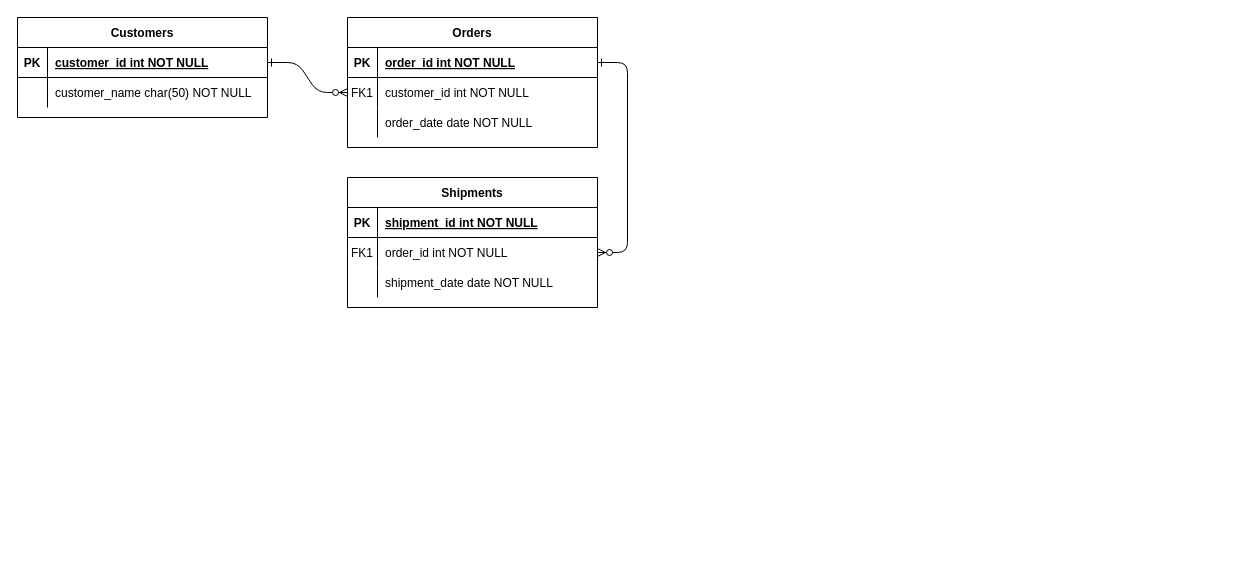
This is 未命名绘图.drawio from maomao517/database_ER, a draw.io file, before an edit. Source tidied: cells renumbered, new cells numbered last; positions are measured from the earlier drawing's top-left corner, leaving out a move shared by most shapes. Both pictures are drawn from the tidied source at 100%, with x=0, y=0 at pixel (17, 17).
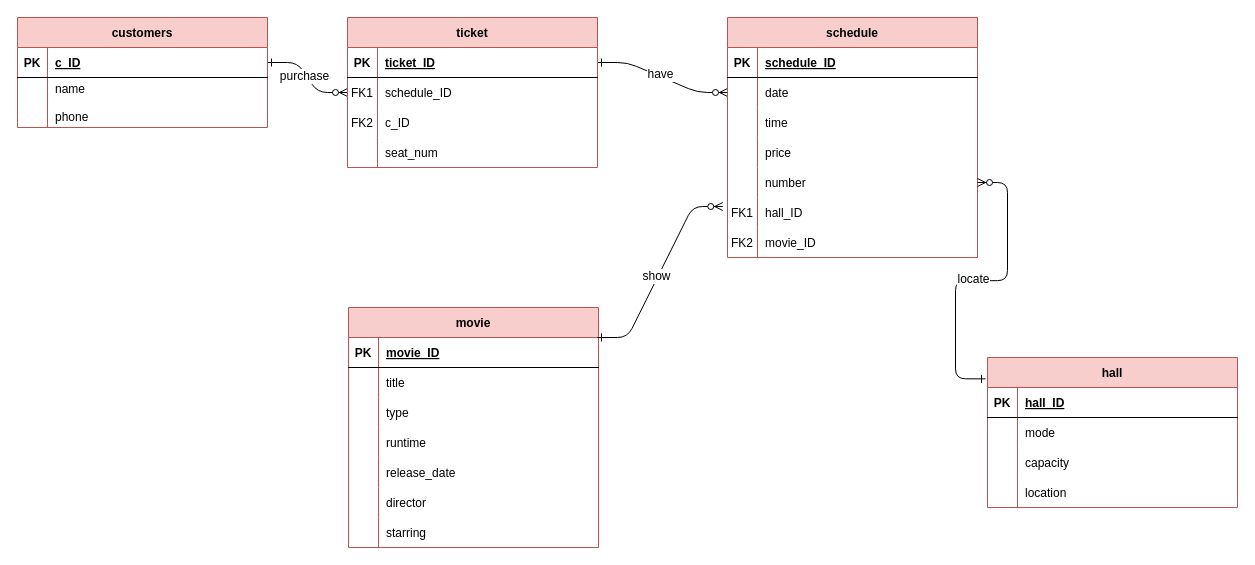
After the change.

Unchanged cells that the change refers to:
```xml
<mxCell id="2" style="edgeStyle=entityRelationEdgeStyle;endArrow=ERzeroToMany;startArrow=ERone;endFill=1;startFill=0;" parent="1" edge="1" source="25" target="8">
  <mxGeometry relative="1" as="geometry" />
</mxCell>
<mxCell id="3" style="edgeStyle=entityRelationEdgeStyle;endArrow=ERzeroToMany;startArrow=ERone;endFill=1;startFill=0;" parent="1" edge="1" source="5" target="18">
  <mxGeometry relative="1" as="geometry" />
</mxCell>
<mxCell id="5" style="shape=partialRectangle;fillColor=none;points=[[0,0.5],[1,0.5]];portConstraint=eastwest;top=0;left=0;right=0;bottom=1;" parent="4" vertex="1">
  <mxGeometry y="30" width="250" height="30" as="geometry" />
</mxCell>
<mxCell id="8" style="shape=partialRectangle;fillColor=none;points=[[0,0.5],[1,0.5]];portConstraint=eastwest;top=0;left=0;right=0;bottom=0;" parent="4" vertex="1">
  <mxGeometry y="60" width="250" height="30" as="geometry" />
</mxCell>
<mxCell id="15" style="shape=partialRectangle;fillColor=none;top=0;left=0;right=0;bottom=1;" parent="14" vertex="1">
  <mxGeometry y="30" width="250" height="30" as="geometry" />
</mxCell>
<mxCell id="18" style="shape=partialRectangle;fillColor=none;points=[[0,0.5],[1,0.5]];portConstraint=eastwest;top=0;left=0;right=0;bottom=0;" parent="14" vertex="1">
  <mxGeometry y="60" width="250" height="30" as="geometry" />
</mxCell>
<mxCell id="21" style="shape=partialRectangle;fillColor=none;top=0;left=0;right=0;bottom=0;" parent="14" vertex="1">
  <mxGeometry y="90" width="250" height="30" as="geometry" />
</mxCell>
<mxCell id="25" style="shape=partialRectangle;fillColor=none;points=[[0,0.5],[1,0.5]];portConstraint=eastwest;top=0;left=0;right=0;bottom=1;" parent="24" vertex="1">
  <mxGeometry y="30" width="250" height="30" as="geometry" />
</mxCell>
```

Change to the diagram source:
```diff
@@
+    <mxCell id="31" value="purchase" style="edgeLabel;html=1;align=center;verticalAlign=middle;fontSize=12;fontFamily=Helvetica;fontColor=default;" parent="2" vertex="1">
+      <mxGeometry x="-0.06" y="-2" relative="1" as="geometry" />
+    </mxCell>
@@
+    <mxCell id="32" value="have" style="edgeLabel;html=1;align=center;verticalAlign=middle;fontSize=12;fontFamily=Helvetica;fontColor=default;" parent="3" vertex="1">
+      <mxGeometry x="-0.05" y="2" relative="1" as="geometry" />
+    </mxCell>
-    <mxCell id="4" value="Orders" style="shape=table;startSize=30;childLayout=tableLayout;rowLines=0;fontStyle=1;align=center;" parent="1" vertex="1">
-      <mxGeometry x="330" width="250" height="130" as="geometry" />
+    <mxCell id="4" value="ticket" style="shape=table;startSize=30;childLayout=tableLayout;rowLines=0;fontStyle=1;align=center;fillColor=#f8cecc;strokeColor=#b85450;" parent="1" vertex="1">
+      <mxGeometry x="330" width="250" height="150" as="geometry" />
     </mxCell>
@@
-    <mxCell id="7" value="order_id int NOT NULL " style="shape=partialRectangle;overflow=hidden;fillColor=none;top=0;left=0;bottom=0;right=0;align=left;spacingLeft=6;fontStyle=5;" parent="5" vertex="1">
+    <mxCell id="7" value="ticket_ID" style="shape=partialRectangle;overflow=hidden;fillColor=none;top=0;left=0;bottom=0;right=0;align=left;spacingLeft=6;fontStyle=5;" parent="5" vertex="1">
       <mxGeometry x="30" width="220" height="30" as="geometry" />
     </mxCell>
@@
-    <mxCell id="10" value="customer_id int NOT NULL" style="shape=partialRectangle;overflow=hidden;fillColor=none;top=0;left=0;bottom=0;right=0;align=left;spacingLeft=6;" parent="8" vertex="1">
+    <mxCell id="10" value="schedule_ID" style="shape=partialRectangle;overflow=hidden;fillColor=none;top=0;left=0;bottom=0;right=0;align=left;spacingLeft=6;" parent="8" vertex="1">
       <mxGeometry x="30" width="220" height="30" as="geometry" />
     </mxCell>
+    <mxCell id="33" style="shape=partialRectangle;fillColor=none;top=0;left=0;right=0;bottom=0;" parent="4" vertex="1">
+      <mxGeometry y="90" width="250" height="30" as="geometry" />
+    </mxCell>
+    <mxCell id="34" value="FK2" style="shape=partialRectangle;overflow=hidden;fillColor=none;top=0;left=0;bottom=0;right=0;" parent="33" vertex="1">
+      <mxGeometry width="30" height="30" as="geometry" />
+    </mxCell>
+    <mxCell id="35" value="c_ID" style="shape=partialRectangle;overflow=hidden;fillColor=none;top=0;left=0;bottom=0;right=0;align=left;spacingLeft=6;" parent="33" vertex="1">
+      <mxGeometry x="30" width="220" height="30" as="geometry" />
+    </mxCell>
     <mxCell id="11" style="shape=partialRectangle;fillColor=none;top=0;left=0;right=0;bottom=0;" parent="4" vertex="1">
-      <mxGeometry y="90" width="250" height="30" as="geometry" />
+      <mxGeometry y="120" width="250" height="30" as="geometry" />
     </mxCell>
@@
-    <mxCell id="13" value="order_date date NOT NULL" style="shape=partialRectangle;overflow=hidden;fillColor=none;top=0;left=0;bottom=0;right=0;align=left;spacingLeft=6;" parent="11" vertex="1">
+    <mxCell id="13" value="seat_num" style="shape=partialRectangle;overflow=hidden;fillColor=none;top=0;left=0;bottom=0;right=0;align=left;spacingLeft=6;" parent="11" vertex="1">
       <mxGeometry x="30" width="220" height="30" as="geometry" />
     </mxCell>
-    <mxCell id="14" value="Shipments" style="shape=table;startSize=30;childLayout=tableLayout;rowLines=0;fontStyle=1;align=center;" parent="1" vertex="1">
-      <mxGeometry x="330" y="160" width="250" height="130" as="geometry" />
+    <mxCell id="14" value="schedule" style="shape=table;startSize=30;childLayout=tableLayout;rowLines=0;fontStyle=1;align=center;fillColor=#f8cecc;strokeColor=#b85450;" parent="1" vertex="1">
+      <mxGeometry x="710" width="250" height="240" as="geometry" />
     </mxCell>
@@
-    <mxCell id="17" value="shipment_id int NOT NULL " style="shape=partialRectangle;overflow=hidden;fillColor=none;top=0;left=0;bottom=0;right=0;align=left;spacingLeft=6;fontStyle=5;" parent="15" vertex="1">
+    <mxCell id="17" value="schedule_ID" style="shape=partialRectangle;overflow=hidden;fillColor=none;top=0;left=0;bottom=0;right=0;align=left;spacingLeft=6;fontStyle=5;" parent="15" vertex="1">
       <mxGeometry x="30" width="220" height="30" as="geometry" />
     </mxCell>
@@
-    <mxCell id="19" value="FK1" style="shape=partialRectangle;overflow=hidden;fillColor=none;top=0;left=0;bottom=0;right=0;" parent="18" vertex="1">
+    <mxCell id="19" style="shape=partialRectangle;overflow=hidden;fillColor=none;top=0;left=0;bottom=0;right=0;" parent="18" vertex="1">
       <mxGeometry width="30" height="30" as="geometry" />
     </mxCell>
-    <mxCell id="20" value="order_id int NOT NULL" style="shape=partialRectangle;overflow=hidden;fillColor=none;top=0;left=0;bottom=0;right=0;align=left;spacingLeft=6;" parent="18" vertex="1">
+    <mxCell id="20" value="date" style="shape=partialRectangle;overflow=hidden;fillColor=none;top=0;left=0;bottom=0;right=0;align=left;spacingLeft=6;" parent="18" vertex="1">
       <mxGeometry x="30" width="220" height="30" as="geometry" />
     </mxCell>
@@
-    <mxCell id="23" value="shipment_date date NOT NULL" style="shape=partialRectangle;overflow=hidden;fillColor=none;top=0;left=0;bottom=0;right=0;align=left;spacingLeft=6;" parent="21" vertex="1">
+    <mxCell id="23" value="time" style="shape=partialRectangle;overflow=hidden;fillColor=none;top=0;left=0;bottom=0;right=0;align=left;spacingLeft=6;" parent="21" vertex="1">
       <mxGeometry x="30" width="220" height="30" as="geometry" />
     </mxCell>
+    <mxCell id="36" style="shape=partialRectangle;fillColor=none;top=0;left=0;right=0;bottom=0;" parent="14" vertex="1">
+      <mxGeometry y="120" width="250" height="30" as="geometry" />
+    </mxCell>
+    <mxCell id="37" style="shape=partialRectangle;overflow=hidden;fillColor=none;top=0;left=0;bottom=0;right=0;" parent="36" vertex="1">
+      <mxGeometry width="30" height="30" as="geometry" />
+    </mxCell>
+    <mxCell id="38" value="price" style="shape=partialRectangle;overflow=hidden;fillColor=none;top=0;left=0;bottom=0;right=0;align=left;spacingLeft=6;" parent="36" vertex="1">
+      <mxGeometry x="30" width="220" height="30" as="geometry" />
+    </mxCell>
+    <mxCell id="39" style="shape=partialRectangle;fillColor=none;points=[[0,0.5],[1,0.5]];portConstraint=eastwest;top=0;left=0;right=0;bottom=0;" parent="14" vertex="1">
+      <mxGeometry y="150" width="250" height="30" as="geometry" />
+    </mxCell>
+    <mxCell id="40" style="shape=partialRectangle;overflow=hidden;fillColor=none;top=0;left=0;bottom=0;right=0;" parent="39" vertex="1">
+      <mxGeometry width="30" height="30" as="geometry" />
+    </mxCell>
+    <mxCell id="41" value="number" style="shape=partialRectangle;overflow=hidden;fillColor=none;top=0;left=0;bottom=0;right=0;align=left;spacingLeft=6;" parent="39" vertex="1">
+      <mxGeometry x="30" width="220" height="30" as="geometry" />
+    </mxCell>
+    <mxCell id="42" style="shape=partialRectangle;fillColor=none;points=[[0,0.5],[1,0.5]];portConstraint=eastwest;top=0;left=0;right=0;bottom=0;" parent="14" vertex="1">
+      <mxGeometry y="180" width="250" height="30" as="geometry" />
+    </mxCell>
+    <mxCell id="43" value="FK1" style="shape=partialRectangle;overflow=hidden;fillColor=none;top=0;left=0;bottom=0;right=0;" parent="42" vertex="1">
+      <mxGeometry width="30" height="30" as="geometry" />
+    </mxCell>
+    <mxCell id="44" value="hall_ID" style="shape=partialRectangle;overflow=hidden;fillColor=none;top=0;left=0;bottom=0;right=0;align=left;spacingLeft=6;" parent="42" vertex="1">
+      <mxGeometry x="30" width="220" height="30" as="geometry" />
+    </mxCell>
+    <mxCell id="45" style="shape=partialRectangle;fillColor=none;top=0;left=0;right=0;bottom=0;" parent="14" vertex="1">
+      <mxGeometry y="210" width="250" height="30" as="geometry" />
+    </mxCell>
+    <mxCell id="46" value="FK2" style="shape=partialRectangle;overflow=hidden;fillColor=none;top=0;left=0;bottom=0;right=0;" parent="45" vertex="1">
+      <mxGeometry width="30" height="30" as="geometry" />
+    </mxCell>
+    <mxCell id="47" value="movie_ID" style="shape=partialRectangle;overflow=hidden;fillColor=none;top=0;left=0;bottom=0;right=0;align=left;spacingLeft=6;" parent="45" vertex="1">
+      <mxGeometry x="30" width="220" height="30" as="geometry" />
+    </mxCell>
-    <mxCell id="24" value="Customers" style="shape=table;startSize=30;childLayout=tableLayout;rowLines=0;fontStyle=1;align=center;" parent="1" vertex="1">
-      <mxGeometry width="250" height="100" as="geometry" />
+    <mxCell id="24" value="customers" style="shape=table;startSize=30;childLayout=tableLayout;rowLines=0;fontStyle=1;align=center;fillColor=#f8cecc;strokeColor=#b85450;" parent="1" vertex="1">
+      <mxGeometry width="250" height="110" as="geometry" />
     </mxCell>
@@
-    <mxCell id="27" value="customer_id int NOT NULL " style="shape=partialRectangle;overflow=hidden;fillColor=none;top=0;left=0;bottom=0;right=0;align=left;spacingLeft=6;fontStyle=5;" parent="25" vertex="1">
+    <mxCell id="27" value="c_ID" style="shape=partialRectangle;overflow=hidden;fillColor=none;top=0;left=0;bottom=0;right=0;align=left;spacingLeft=6;fontStyle=5;" parent="25" vertex="1">
       <mxGeometry x="30" width="220" height="30" as="geometry" />
     </mxCell>
     <mxCell id="28" style="shape=partialRectangle;fillColor=none;top=0;left=0;right=0;bottom=0;" parent="24" vertex="1">
-      <mxGeometry y="60" width="250" height="30" as="geometry" />
+      <mxGeometry y="60" width="250" height="50" as="geometry" />
     </mxCell>
     <mxCell id="29" style="shape=partialRectangle;overflow=hidden;fillColor=none;top=0;left=0;bottom=0;right=0;" parent="28" vertex="1">
-      <mxGeometry width="30" height="30" as="geometry" />
+      <mxGeometry width="30" height="50" as="geometry" />
     </mxCell>
-    <mxCell id="30" value="customer_name char(50) NOT NULL" style="shape=partialRectangle;overflow=hidden;fillColor=none;top=0;left=0;bottom=0;right=0;align=left;spacingLeft=6;" parent="28" vertex="1">
-      <mxGeometry x="30" width="220" height="30" as="geometry" />
+    <mxCell id="30" value="name&#10;&#10;phone" style="shape=partialRectangle;overflow=hidden;fillColor=none;top=0;left=0;bottom=0;right=0;align=left;spacingLeft=6;" parent="28" vertex="1">
+      <mxGeometry x="30" width="220" height="50" as="geometry" />
     </mxCell>
+    <mxCell id="48" value="hall" style="shape=table;startSize=30;childLayout=tableLayout;rowLines=0;fontStyle=1;align=center;fillColor=#f8cecc;strokeColor=#b85450;" parent="1" vertex="1">
+      <mxGeometry x="970" y="340" width="250" height="150" as="geometry" />
+    </mxCell>
+    <mxCell id="49" style="shape=partialRectangle;fillColor=none;points=[[0,0.5],[1,0.5]];portConstraint=eastwest;top=0;left=0;right=0;bottom=1;" parent="48" vertex="1">
+      <mxGeometry y="30" width="250" height="30" as="geometry" />
+    </mxCell>
+    <mxCell id="50" value="PK" style="shape=partialRectangle;overflow=hidden;fillColor=none;top=0;left=0;bottom=0;right=0;fontStyle=1;" parent="49" vertex="1">
+      <mxGeometry width="30" height="30" as="geometry" />
+    </mxCell>
+    <mxCell id="51" value="hall_ID" style="shape=partialRectangle;overflow=hidden;fillColor=none;top=0;left=0;bottom=0;right=0;align=left;spacingLeft=6;fontStyle=5;" parent="49" vertex="1">
+      <mxGeometry x="30" width="220" height="30" as="geometry" />
+    </mxCell>
+    <mxCell id="52" style="shape=partialRectangle;fillColor=none;top=0;left=0;right=0;bottom=0;" parent="48" vertex="1">
+      <mxGeometry y="60" width="250" height="30" as="geometry" />
+    </mxCell>
+    <mxCell id="53" style="shape=partialRectangle;overflow=hidden;fillColor=none;top=0;left=0;bottom=0;right=0;" parent="52" vertex="1">
+      <mxGeometry width="30" height="30" as="geometry" />
+    </mxCell>
+    <mxCell id="54" value="mode" style="shape=partialRectangle;overflow=hidden;fillColor=none;top=0;left=0;bottom=0;right=0;align=left;spacingLeft=6;" parent="52" vertex="1">
+      <mxGeometry x="30" width="220" height="30" as="geometry" />
+    </mxCell>
+    <mxCell id="55" style="shape=partialRectangle;fillColor=none;top=0;left=0;right=0;bottom=0;" parent="48" vertex="1">
+      <mxGeometry y="90" width="250" height="30" as="geometry" />
+    </mxCell>
+    <mxCell id="56" style="shape=partialRectangle;overflow=hidden;fillColor=none;top=0;left=0;bottom=0;right=0;" parent="55" vertex="1">
+      <mxGeometry width="30" height="30" as="geometry" />
+    </mxCell>
+    <mxCell id="57" value="capacity" style="shape=partialRectangle;overflow=hidden;fillColor=none;top=0;left=0;bottom=0;right=0;align=left;spacingLeft=6;" parent="55" vertex="1">
+      <mxGeometry x="30" width="220" height="30" as="geometry" />
+    </mxCell>
+    <mxCell id="58" style="shape=partialRectangle;fillColor=none;top=0;left=0;right=0;bottom=0;" parent="48" vertex="1">
+      <mxGeometry y="120" width="250" height="30" as="geometry" />
+    </mxCell>
+    <mxCell id="59" style="shape=partialRectangle;overflow=hidden;fillColor=none;top=0;left=0;bottom=0;right=0;" parent="58" vertex="1">
+      <mxGeometry width="30" height="30" as="geometry" />
+    </mxCell>
+    <mxCell id="60" value="location" style="shape=partialRectangle;overflow=hidden;fillColor=none;top=0;left=0;bottom=0;right=0;align=left;spacingLeft=6;" parent="58" vertex="1">
+      <mxGeometry x="30" width="220" height="30" as="geometry" />
+    </mxCell>
+    <mxCell id="61" value="movie" style="shape=table;startSize=30;childLayout=tableLayout;rowLines=0;fontStyle=1;align=center;fillColor=#f8cecc;strokeColor=#b85450;" parent="1" vertex="1">
+      <mxGeometry x="331" y="290" width="250" height="240" as="geometry" />
+    </mxCell>
+    <mxCell id="62" style="shape=partialRectangle;fillColor=none;top=0;left=0;right=0;bottom=1;" parent="61" vertex="1">
+      <mxGeometry y="30" width="250" height="30" as="geometry" />
+    </mxCell>
+    <mxCell id="63" value="PK" style="shape=partialRectangle;overflow=hidden;fillColor=none;top=0;left=0;bottom=0;right=0;fontStyle=1;" parent="62" vertex="1">
+      <mxGeometry width="30" height="30" as="geometry" />
+    </mxCell>
+    <mxCell id="64" value="movie_ID" style="shape=partialRectangle;overflow=hidden;fillColor=none;top=0;left=0;bottom=0;right=0;align=left;spacingLeft=6;fontStyle=5;" parent="62" vertex="1">
+      <mxGeometry x="30" width="220" height="30" as="geometry" />
+    </mxCell>
+    <mxCell id="65" style="shape=partialRectangle;fillColor=none;top=0;left=0;right=0;bottom=0;" parent="61" vertex="1">
+      <mxGeometry y="60" width="250" height="30" as="geometry" />
+    </mxCell>
+    <mxCell id="66" style="shape=partialRectangle;overflow=hidden;fillColor=none;top=0;left=0;bottom=0;right=0;" parent="65" vertex="1">
+      <mxGeometry width="30" height="30" as="geometry" />
+    </mxCell>
+    <mxCell id="67" value="title" style="shape=partialRectangle;overflow=hidden;fillColor=none;top=0;left=0;bottom=0;right=0;align=left;spacingLeft=6;" parent="65" vertex="1">
+      <mxGeometry x="30" width="220" height="30" as="geometry" />
+    </mxCell>
+    <mxCell id="68" style="shape=partialRectangle;fillColor=none;top=0;left=0;right=0;bottom=0;" parent="61" vertex="1">
+      <mxGeometry y="90" width="250" height="30" as="geometry" />
+    </mxCell>
+    <mxCell id="69" style="shape=partialRectangle;overflow=hidden;fillColor=none;top=0;left=0;bottom=0;right=0;" parent="68" vertex="1">
+      <mxGeometry width="30" height="30" as="geometry" />
+    </mxCell>
+    <mxCell id="70" value="type" style="shape=partialRectangle;overflow=hidden;fillColor=none;top=0;left=0;bottom=0;right=0;align=left;spacingLeft=6;" parent="68" vertex="1">
+      <mxGeometry x="30" width="220" height="30" as="geometry" />
+    </mxCell>
+    <mxCell id="71" style="shape=partialRectangle;fillColor=none;top=0;left=0;right=0;bottom=0;" parent="61" vertex="1">
+      <mxGeometry y="120" width="250" height="30" as="geometry" />
+    </mxCell>
+    <mxCell id="72" style="shape=partialRectangle;overflow=hidden;fillColor=none;top=0;left=0;bottom=0;right=0;" parent="71" vertex="1">
+      <mxGeometry width="30" height="30" as="geometry" />
+    </mxCell>
+    <mxCell id="73" value="runtime" style="shape=partialRectangle;overflow=hidden;fillColor=none;top=0;left=0;bottom=0;right=0;align=left;spacingLeft=6;" parent="71" vertex="1">
+      <mxGeometry x="30" width="220" height="30" as="geometry" />
+    </mxCell>
+    <mxCell id="74" style="shape=partialRectangle;fillColor=none;top=0;left=0;right=0;bottom=0;" parent="61" vertex="1">
+      <mxGeometry y="150" width="250" height="30" as="geometry" />
+    </mxCell>
+    <mxCell id="75" style="shape=partialRectangle;overflow=hidden;fillColor=none;top=0;left=0;bottom=0;right=0;" parent="74" vertex="1">
+      <mxGeometry width="30" height="30" as="geometry" />
+    </mxCell>
+    <mxCell id="76" value="release_date" style="shape=partialRectangle;overflow=hidden;fillColor=none;top=0;left=0;bottom=0;right=0;align=left;spacingLeft=6;" parent="74" vertex="1">
+      <mxGeometry x="30" width="220" height="30" as="geometry" />
+    </mxCell>
+    <mxCell id="77" style="shape=partialRectangle;fillColor=none;top=0;left=0;right=0;bottom=0;" parent="61" vertex="1">
+      <mxGeometry y="180" width="250" height="30" as="geometry" />
+    </mxCell>
+    <mxCell id="78" style="shape=partialRectangle;overflow=hidden;fillColor=none;top=0;left=0;bottom=0;right=0;" parent="77" vertex="1">
+      <mxGeometry width="30" height="30" as="geometry" />
+    </mxCell>
+    <mxCell id="79" value="director" style="shape=partialRectangle;overflow=hidden;fillColor=none;top=0;left=0;bottom=0;right=0;align=left;spacingLeft=6;" parent="77" vertex="1">
+      <mxGeometry x="30" width="220" height="30" as="geometry" />
+    </mxCell>
+    <mxCell id="80" style="shape=partialRectangle;fillColor=none;top=0;left=0;right=0;bottom=0;" parent="61" vertex="1">
+      <mxGeometry y="210" width="250" height="30" as="geometry" />
+    </mxCell>
+    <mxCell id="81" style="shape=partialRectangle;overflow=hidden;fillColor=none;top=0;left=0;bottom=0;right=0;" parent="80" vertex="1">
+      <mxGeometry width="30" height="30" as="geometry" />
+    </mxCell>
+    <mxCell id="82" value="starring" style="shape=partialRectangle;overflow=hidden;fillColor=none;top=0;left=0;bottom=0;right=0;align=left;spacingLeft=6;" parent="80" vertex="1">
+      <mxGeometry x="30" width="220" height="30" as="geometry" />
+    </mxCell>
+    <mxCell id="83" style="edgeStyle=entityRelationEdgeStyle;endArrow=ERzeroToMany;startArrow=ERone;endFill=1;startFill=0;entryX=-0.019;entryY=0.3;entryDx=0;entryDy=0;entryPerimeter=0;" parent="1" edge="1" target="42">
+      <mxGeometry relative="1" as="geometry">
+        <mxPoint x="580" y="320" as="sourcePoint" />
+      </mxGeometry>
+    </mxCell>
+    <mxCell id="84" value="show&lt;br&gt;" style="edgeLabel;html=1;align=center;verticalAlign=middle;fontSize=12;fontFamily=Helvetica;fontColor=default;" parent="83" vertex="1">
+      <mxGeometry x="-0.05" y="2" relative="1" as="geometry" />
+    </mxCell>
+    <mxCell id="85" style="edgeStyle=entityRelationEdgeStyle;endArrow=ERzeroToMany;startArrow=ERone;endFill=1;startFill=0;exitX=-0.008;exitY=-0.289;exitDx=0;exitDy=0;exitPerimeter=0;" parent="1" edge="1" source="49" target="39">
+      <mxGeometry relative="1" as="geometry" />
+    </mxCell>
+    <mxCell id="86" value="locate" style="edgeLabel;html=1;align=center;verticalAlign=middle;fontSize=12;fontFamily=Helvetica;fontColor=default;" parent="85" vertex="1">
+      <mxGeometry x="-0.05" y="2" relative="1" as="geometry" />
+    </mxCell>
```
